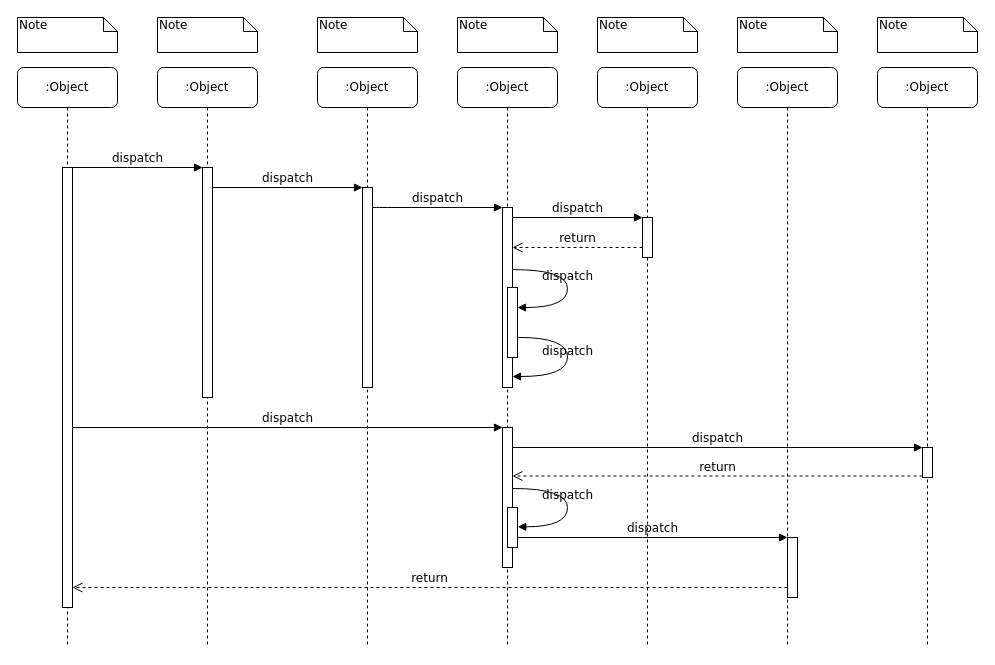
Before: lab5.drawio in AyobAsroutVargas/lab1, a draw.io diagram. Source tidied: cells renumbered, new cells numbered last; positions are measured from the earlier drawing's top-left corner, leaving out a move shared by most shapes. Both pictures are drawn from the tidied source at 100%, with x=0, y=0 at pixel (17, 17).
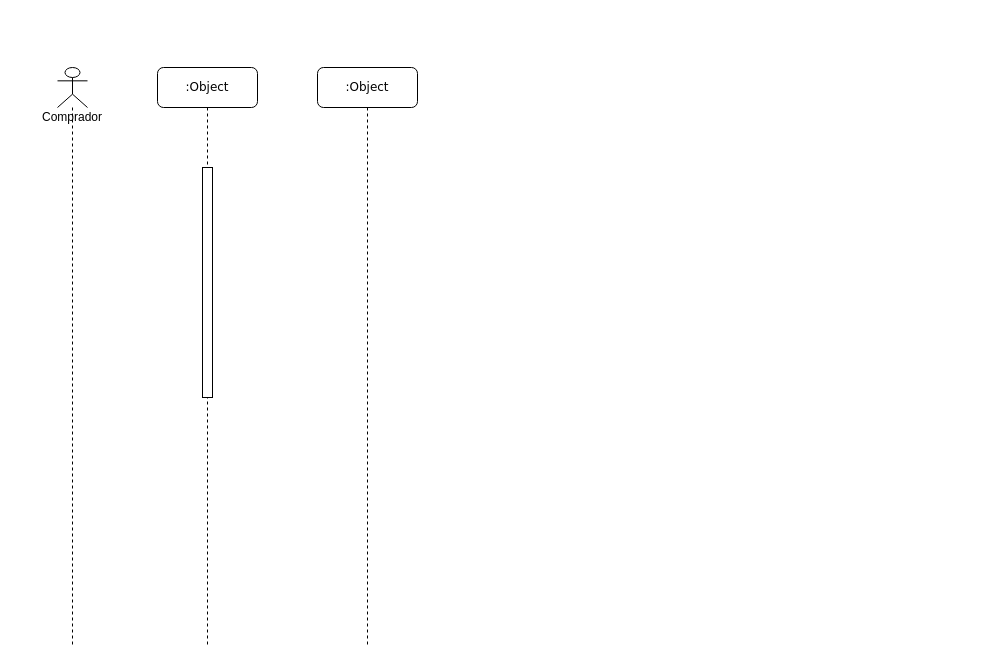
The same diagram, later.

The change refers to these unchanged cells:
```xml
<mxCell id="3" style="html=1;points=[];perimeter=orthogonalPerimeter;rounded=0;shadow=0;comic=0;labelBackgroundColor=none;strokeWidth=1;fontFamily=Verdana;fontSize=12;align=center;" parent="2" vertex="1">
  <mxGeometry x="45" y="100" width="10" height="230" as="geometry" />
</mxCell>
<mxCell id="4" value=":Object" style="shape=umlLifeline;perimeter=lifelinePerimeter;whiteSpace=wrap;html=1;rounded=1;shadow=0;comic=0;labelBackgroundColor=none;strokeWidth=1;fontFamily=Verdana;fontSize=12;align=center;" parent="1" vertex="1">
  <mxGeometry x="300" y="50" width="100" height="580" as="geometry" />
</mxCell>
```

Diff of the diagram source:
```diff
@@
-    <mxCell id="5" style="html=1;points=[];perimeter=orthogonalPerimeter;rounded=0;shadow=0;comic=0;labelBackgroundColor=none;strokeWidth=1;fontFamily=Verdana;fontSize=12;align=center;" parent="4" vertex="1">
-      <mxGeometry x="45" y="120" width="10" height="200" as="geometry" />
-    </mxCell>
-    <mxCell id="6" value=":Object" style="shape=umlLifeline;perimeter=lifelinePerimeter;whiteSpace=wrap;html=1;rounded=1;shadow=0;comic=0;labelBackgroundColor=none;strokeWidth=1;fontFamily=Verdana;fontSize=12;align=center;" parent="1" vertex="1">
-      <mxGeometry x="440" y="50" width="100" height="580" as="geometry" />
-    </mxCell>
-    <mxCell id="7" value=":Object" style="shape=umlLifeline;perimeter=lifelinePerimeter;whiteSpace=wrap;html=1;rounded=1;shadow=0;comic=0;labelBackgroundColor=none;strokeWidth=1;fontFamily=Verdana;fontSize=12;align=center;" parent="1" vertex="1">
-      <mxGeometry x="580" y="50" width="100" height="580" as="geometry" />
-    </mxCell>
-    <mxCell id="8" value=":Object" style="shape=umlLifeline;perimeter=lifelinePerimeter;whiteSpace=wrap;html=1;rounded=1;shadow=0;comic=0;labelBackgroundColor=none;strokeWidth=1;fontFamily=Verdana;fontSize=12;align=center;" parent="1" vertex="1">
-      <mxGeometry x="720" y="50" width="100" height="580" as="geometry" />
-    </mxCell>
-    <mxCell id="9" value=":Object" style="shape=umlLifeline;perimeter=lifelinePerimeter;whiteSpace=wrap;html=1;rounded=1;shadow=0;comic=0;labelBackgroundColor=none;strokeWidth=1;fontFamily=Verdana;fontSize=12;align=center;" parent="1" vertex="1">
-      <mxGeometry x="860" y="50" width="100" height="580" as="geometry" />
-    </mxCell>
-    <mxCell id="10" value=":Object" style="shape=umlLifeline;perimeter=lifelinePerimeter;whiteSpace=wrap;html=1;rounded=1;shadow=0;comic=0;labelBackgroundColor=none;strokeWidth=1;fontFamily=Verdana;fontSize=12;align=center;" parent="1" vertex="1">
-      <mxGeometry y="50" width="100" height="580" as="geometry" />
-    </mxCell>
-    <mxCell id="11" style="html=1;points=[];perimeter=orthogonalPerimeter;rounded=0;shadow=0;comic=0;labelBackgroundColor=none;strokeWidth=1;fontFamily=Verdana;fontSize=12;align=center;" parent="10" vertex="1">
-      <mxGeometry x="45" y="100" width="10" height="440" as="geometry" />
-    </mxCell>
-    <mxCell id="12" style="html=1;points=[];perimeter=orthogonalPerimeter;rounded=0;shadow=0;comic=0;labelBackgroundColor=none;strokeWidth=1;fontFamily=Verdana;fontSize=12;align=center;" parent="1" vertex="1">
-      <mxGeometry x="485" y="190" width="10" height="180" as="geometry" />
-    </mxCell>
-    <mxCell id="13" value="dispatch" style="html=1;verticalAlign=bottom;endArrow=block;labelBackgroundColor=none;fontFamily=Verdana;fontSize=12;edgeStyle=elbowEdgeStyle;elbow=vertical;" parent="1" edge="1" source="5" target="12">
-      <mxGeometry relative="1" as="geometry">
-        <Array as="points">
-          <mxPoint x="360" y="190" />
-        </Array>
-      </mxGeometry>
-    </mxCell>
-    <mxCell id="14" style="html=1;points=[];perimeter=orthogonalPerimeter;rounded=0;shadow=0;comic=0;labelBackgroundColor=none;strokeWidth=1;fontFamily=Verdana;fontSize=12;align=center;" parent="1" vertex="1">
-      <mxGeometry x="625" y="200" width="10" height="40" as="geometry" />
-    </mxCell>
-    <mxCell id="15" value="dispatch" style="html=1;verticalAlign=bottom;endArrow=block;entryX=0;entryY=0;labelBackgroundColor=none;fontFamily=Verdana;fontSize=12;edgeStyle=elbowEdgeStyle;elbow=vertical;" parent="1" edge="1" source="12" target="14">
-      <mxGeometry relative="1" as="geometry" />
-    </mxCell>
-    <mxCell id="16" value="return" style="html=1;verticalAlign=bottom;endArrow=open;dashed=1;endSize=8;labelBackgroundColor=none;fontFamily=Verdana;fontSize=12;edgeStyle=elbowEdgeStyle;elbow=vertical;" parent="1" edge="1" source="14" target="12">
-      <mxGeometry relative="1" as="geometry">
-        <Array as="points">
-          <mxPoint x="570" y="230" />
-          <mxPoint x="600" y="230" />
-        </Array>
-      </mxGeometry>
-    </mxCell>
-    <mxCell id="17" style="html=1;points=[];perimeter=orthogonalPerimeter;rounded=0;shadow=0;comic=0;labelBackgroundColor=none;strokeWidth=1;fontFamily=Verdana;fontSize=12;align=center;" parent="1" vertex="1">
-      <mxGeometry x="485" y="410" width="10" height="140" as="geometry" />
-    </mxCell>
-    <mxCell id="18" value="dispatch" style="html=1;verticalAlign=bottom;endArrow=block;entryX=0;entryY=0;labelBackgroundColor=none;fontFamily=Verdana;fontSize=12;" parent="1" edge="1" source="11" target="17">
-      <mxGeometry relative="1" as="geometry" />
-    </mxCell>
-    <mxCell id="19" style="html=1;points=[];perimeter=orthogonalPerimeter;rounded=0;shadow=0;comic=0;labelBackgroundColor=none;strokeColor=#000000;strokeWidth=1;fillColor=#FFFFFF;fontFamily=Verdana;fontSize=12;fontColor=#000000;align=center;" parent="1" vertex="1">
-      <mxGeometry x="905" y="430" width="10" height="30" as="geometry" />
-    </mxCell>
-    <mxCell id="20" value="dispatch" style="html=1;verticalAlign=bottom;endArrow=block;entryX=0;entryY=0;labelBackgroundColor=none;fontFamily=Verdana;fontSize=12;" parent="1" edge="1" source="17" target="19">
-      <mxGeometry relative="1" as="geometry" />
-    </mxCell>
-    <mxCell id="21" value="return" style="html=1;verticalAlign=bottom;endArrow=open;dashed=1;endSize=8;exitX=0;exitY=0.95;labelBackgroundColor=none;fontFamily=Verdana;fontSize=12;" parent="1" edge="1" source="19" target="17">
-      <mxGeometry relative="1" as="geometry" />
-    </mxCell>
-    <mxCell id="22" style="html=1;points=[];perimeter=orthogonalPerimeter;rounded=0;shadow=0;comic=0;labelBackgroundColor=none;strokeWidth=1;fontFamily=Verdana;fontSize=12;align=center;" parent="1" vertex="1">
-      <mxGeometry x="770" y="520" width="10" height="60" as="geometry" />
-    </mxCell>
-    <mxCell id="23" value="dispatch" style="html=1;verticalAlign=bottom;endArrow=block;entryX=0;entryY=0;labelBackgroundColor=none;fontFamily=Verdana;fontSize=12;edgeStyle=elbowEdgeStyle;elbow=vertical;" parent="1" edge="1" source="30" target="22">
-      <mxGeometry relative="1" as="geometry" />
-    </mxCell>
-    <mxCell id="24" value="return" style="html=1;verticalAlign=bottom;endArrow=open;dashed=1;endSize=8;labelBackgroundColor=none;fontFamily=Verdana;fontSize=12;edgeStyle=elbowEdgeStyle;elbow=vertical;" parent="1" edge="1" source="22" target="11">
-      <mxGeometry relative="1" as="geometry">
-        <Array as="points">
-          <mxPoint x="470" y="570" />
-        </Array>
-      </mxGeometry>
-    </mxCell>
-    <mxCell id="25" value="dispatch" style="html=1;verticalAlign=bottom;endArrow=block;entryX=0;entryY=0;labelBackgroundColor=none;fontFamily=Verdana;fontSize=12;edgeStyle=elbowEdgeStyle;elbow=vertical;" parent="1" edge="1" source="11" target="3">
-      <mxGeometry relative="1" as="geometry" />
-    </mxCell>
-    <mxCell id="26" value="dispatch" style="html=1;verticalAlign=bottom;endArrow=block;entryX=0;entryY=0;labelBackgroundColor=none;fontFamily=Verdana;fontSize=12;edgeStyle=elbowEdgeStyle;elbow=vertical;" parent="1" edge="1" source="3" target="5">
-      <mxGeometry relative="1" as="geometry" />
-    </mxCell>
-    <mxCell id="27" style="html=1;points=[];perimeter=orthogonalPerimeter;rounded=0;shadow=0;comic=0;labelBackgroundColor=none;strokeWidth=1;fontFamily=Verdana;fontSize=12;align=center;" parent="1" vertex="1">
-      <mxGeometry x="490" y="270" width="10" height="70" as="geometry" />
-    </mxCell>
-    <mxCell id="28" value="dispatch" style="html=1;verticalAlign=bottom;endArrow=block;labelBackgroundColor=none;fontFamily=Verdana;fontSize=12;elbow=vertical;edgeStyle=orthogonalEdgeStyle;curved=1;entryX=1;entryY=0.286;entryPerimeter=0;exitX=1.038;exitY=0.345;exitPerimeter=0;" parent="1" edge="1" source="12" target="27">
-      <mxGeometry relative="1" as="geometry">
-        <Array as="points">
-          <mxPoint x="550" y="252" />
-          <mxPoint x="550" y="290" />
-        </Array>
-      </mxGeometry>
-    </mxCell>
-    <mxCell id="29" value="dispatch" style="html=1;verticalAlign=bottom;endArrow=block;labelBackgroundColor=none;fontFamily=Verdana;fontSize=12;elbow=vertical;edgeStyle=orthogonalEdgeStyle;curved=1;exitX=1.066;exitY=0.713;exitPerimeter=0;" parent="1" edge="1" source="27">
-      <mxGeometry relative="1" as="geometry">
-        <mxPoint x="495" y="359" as="targetPoint" />
-        <Array as="points">
-          <mxPoint x="550" y="320" />
-          <mxPoint x="550" y="359" />
-        </Array>
-      </mxGeometry>
-    </mxCell>
-    <mxCell id="30" style="html=1;points=[];perimeter=orthogonalPerimeter;rounded=0;shadow=0;comic=0;labelBackgroundColor=none;strokeWidth=1;fontFamily=Verdana;fontSize=12;align=center;" parent="1" vertex="1">
-      <mxGeometry x="490" y="490" width="10" height="40" as="geometry" />
-    </mxCell>
-    <mxCell id="31" value="dispatch" style="html=1;verticalAlign=bottom;endArrow=block;labelBackgroundColor=none;fontFamily=Verdana;fontSize=12;elbow=vertical;edgeStyle=orthogonalEdgeStyle;curved=1;entryX=1;entryY=0.286;entryPerimeter=0;exitX=1.038;exitY=0.345;exitPerimeter=0;" parent="1" edge="1">
-      <mxGeometry relative="1" as="geometry">
-        <mxPoint x="495.3" y="471" as="sourcePoint" />
-        <mxPoint x="500.3" y="509.3" as="targetPoint" />
-        <Array as="points">
-          <mxPoint x="550" y="471" />
-          <mxPoint x="550" y="509" />
-        </Array>
-      </mxGeometry>
-    </mxCell>
-    <mxCell id="32" value="Note" style="shape=note;whiteSpace=wrap;html=1;size=14;verticalAlign=top;align=left;spacingTop=-6;rounded=0;shadow=0;comic=0;labelBackgroundColor=none;strokeWidth=1;fontFamily=Verdana;fontSize=12;" parent="1" vertex="1">
-      <mxGeometry width="100" height="35" as="geometry" />
-    </mxCell>
-    <mxCell id="33" value="Note" style="shape=note;whiteSpace=wrap;html=1;size=14;verticalAlign=top;align=left;spacingTop=-6;rounded=0;shadow=0;comic=0;labelBackgroundColor=none;strokeWidth=1;fontFamily=Verdana;fontSize=12;" parent="1" vertex="1">
-      <mxGeometry x="140" width="100" height="35" as="geometry" />
-    </mxCell>
-    <mxCell id="34" value="Note" style="shape=note;whiteSpace=wrap;html=1;size=14;verticalAlign=top;align=left;spacingTop=-6;rounded=0;shadow=0;comic=0;labelBackgroundColor=none;strokeWidth=1;fontFamily=Verdana;fontSize=12;" parent="1" vertex="1">
-      <mxGeometry x="300" width="100" height="35" as="geometry" />
-    </mxCell>
-    <mxCell id="35" value="Note" style="shape=note;whiteSpace=wrap;html=1;size=14;verticalAlign=top;align=left;spacingTop=-6;rounded=0;shadow=0;comic=0;labelBackgroundColor=none;strokeWidth=1;fontFamily=Verdana;fontSize=12;" parent="1" vertex="1">
-      <mxGeometry x="440" width="100" height="35" as="geometry" />
-    </mxCell>
-    <mxCell id="36" value="Note" style="shape=note;whiteSpace=wrap;html=1;size=14;verticalAlign=top;align=left;spacingTop=-6;rounded=0;shadow=0;comic=0;labelBackgroundColor=none;strokeWidth=1;fontFamily=Verdana;fontSize=12;" parent="1" vertex="1">
-      <mxGeometry x="580" width="100" height="35" as="geometry" />
-    </mxCell>
-    <mxCell id="37" value="Note" style="shape=note;whiteSpace=wrap;html=1;size=14;verticalAlign=top;align=left;spacingTop=-6;rounded=0;shadow=0;comic=0;labelBackgroundColor=none;strokeWidth=1;fontFamily=Verdana;fontSize=12;" parent="1" vertex="1">
-      <mxGeometry x="720" width="100" height="35" as="geometry" />
-    </mxCell>
-    <mxCell id="38" value="Note" style="shape=note;whiteSpace=wrap;html=1;size=14;verticalAlign=top;align=left;spacingTop=-6;rounded=0;shadow=0;comic=0;labelBackgroundColor=none;strokeWidth=1;fontFamily=Verdana;fontSize=12;" parent="1" vertex="1">
-      <mxGeometry x="860" width="100" height="35" as="geometry" />
-    </mxCell>
+    <mxCell id="39" value="Comprador" style="shape=umlLifeline;participant=umlActor;perimeter=lifelinePerimeter;whiteSpace=wrap;html=1;verticalAlign=top;spacingTop=36;" parent="1" vertex="1">
+      <mxGeometry x="40" y="50" width="30" height="580" as="geometry" />
+    </mxCell>
```
